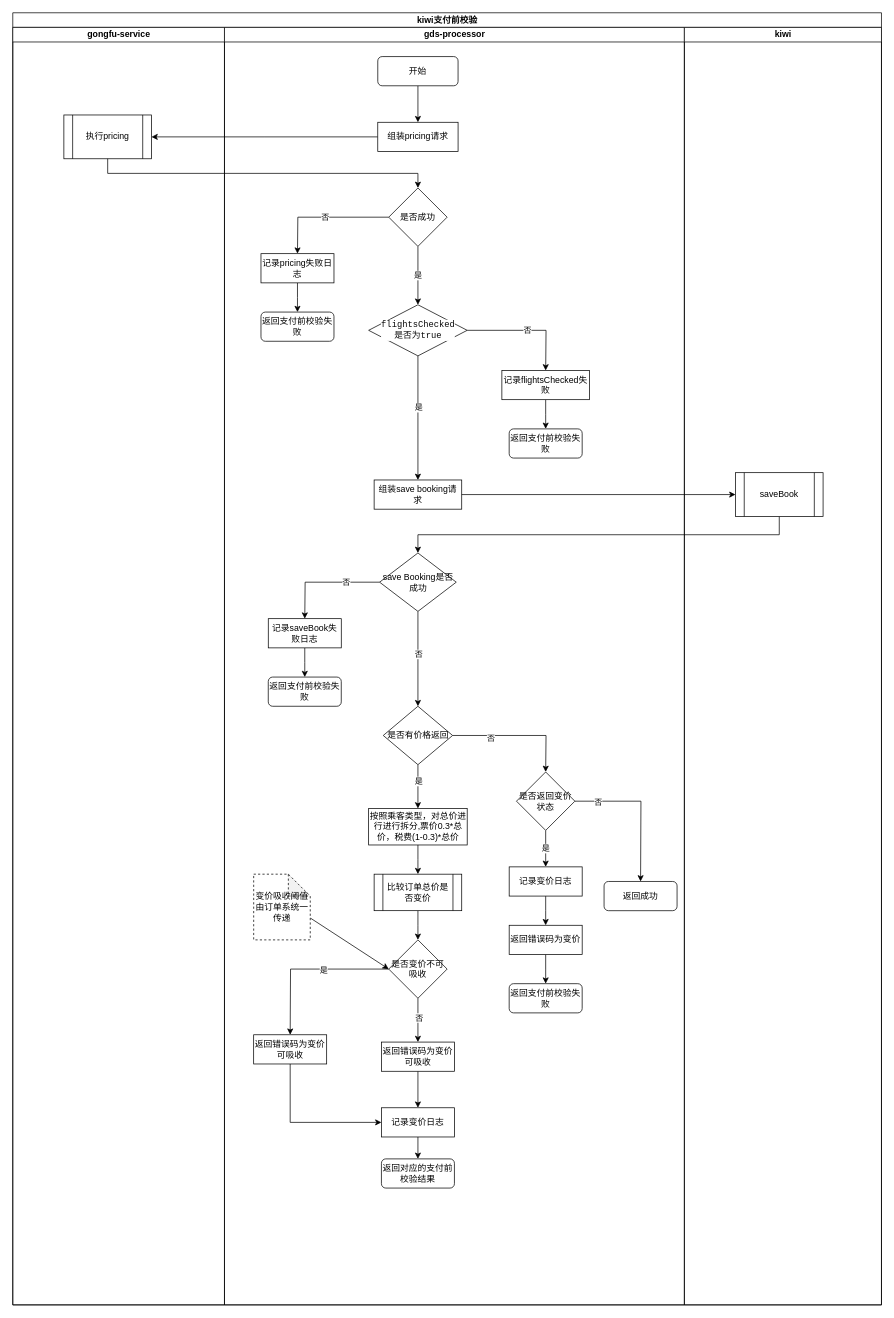
This is page "kiwi支付前校验" (5 of 8) of pkfare/paycheck-refactor/新支付前校验流程.drawio from zhangweixin/design-diagram, a draw.io file, before an edit. Source tidied: cells renumbered, new cells numbered last; positions are measured from the earlier drawing's top-left corner, leaving out a move shared by most shapes. Both pictures are drawn from the tidied source at 73%, with x=0, y=0 at pixel (12, 12).
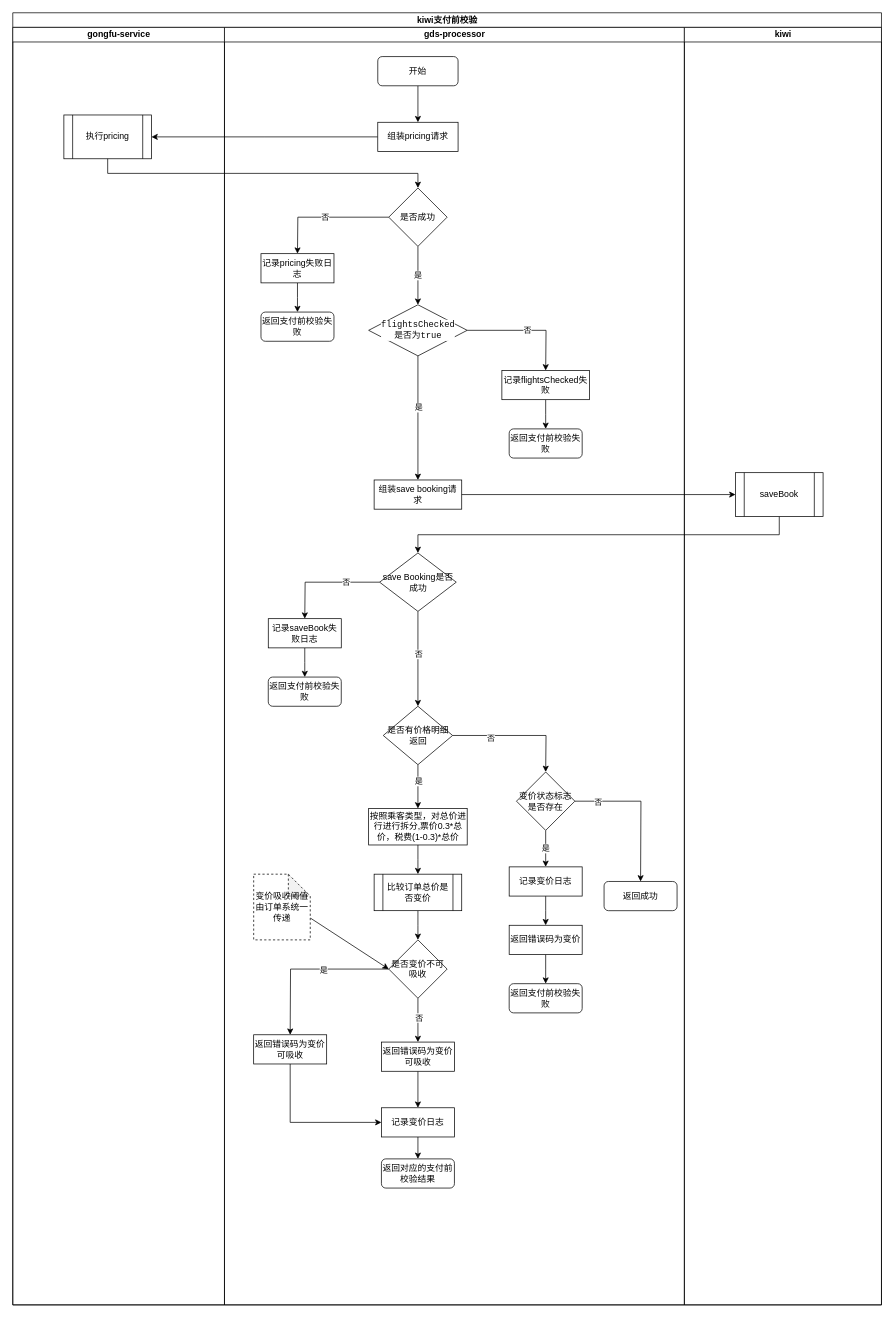
Above is the later version.

Commit message:
Update 新支付前校验流程.drawio

Unchanged cells that the change refers to:
```xml
<mxCell id="5" value="gds-processor" style="swimlane;startSize=20;html=1;" parent="2" vertex="1">
  <mxGeometry x="290" y="20" width="630" height="1750" as="geometry" />
</mxCell>
```

What changed in the source:
```diff
@@
-    <mxCell id="36" value="是否有价格返回" style="rhombus;whiteSpace=wrap;html=1;" parent="5" vertex="1">
+    <mxCell id="36" value="是否有价格明细返回" style="rhombus;whiteSpace=wrap;html=1;" parent="5" vertex="1">
       <mxGeometry x="217.5" y="930" width="95" height="80" as="geometry" />
     </mxCell>
@@
-    <mxCell id="40" value="是否返回变价状态" style="rhombus;whiteSpace=wrap;html=1;" parent="5" vertex="1">
+    <mxCell id="40" value="变价状态标志是否存在" style="rhombus;whiteSpace=wrap;html=1;" parent="5" vertex="1">
       <mxGeometry x="400" y="1020" width="80" height="80" as="geometry" />
     </mxCell>
```
